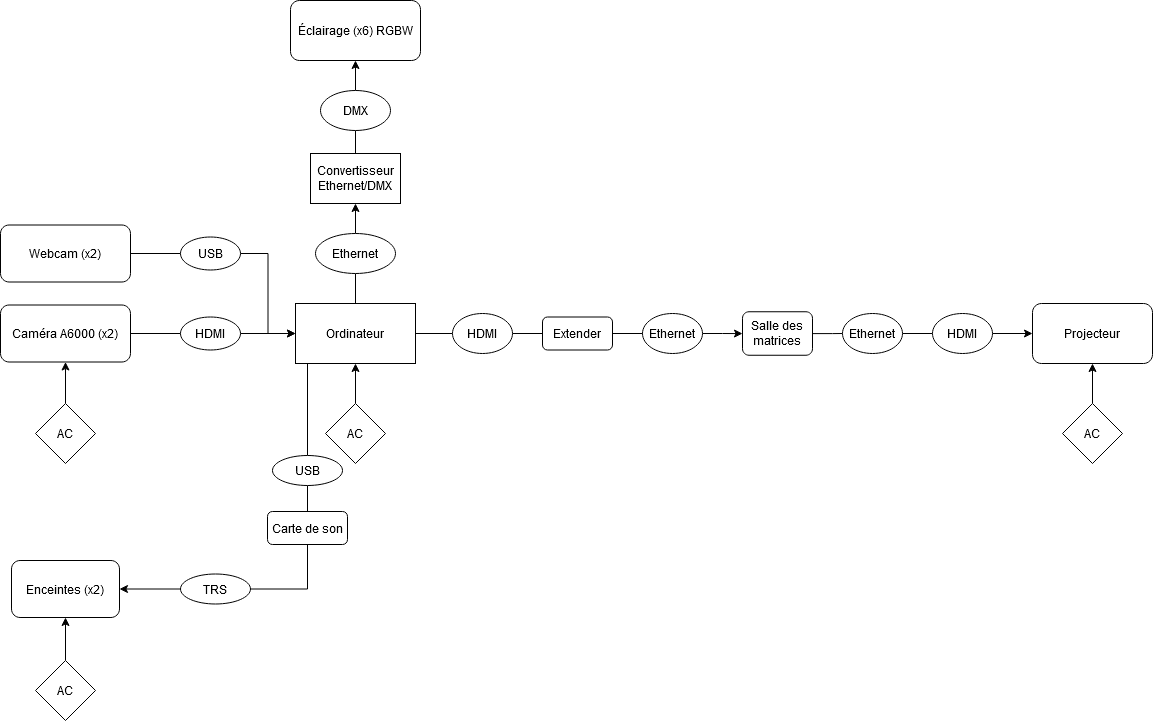
Above: docs/preproduction/medias/schema_branchement.png in Groupe-W/Concerto (draw.io), before the change. Source tidied: cells renumbered, new cells last; positions are measured from the earlier drawing's top-left corner, leaving out a move shared by most shapes.
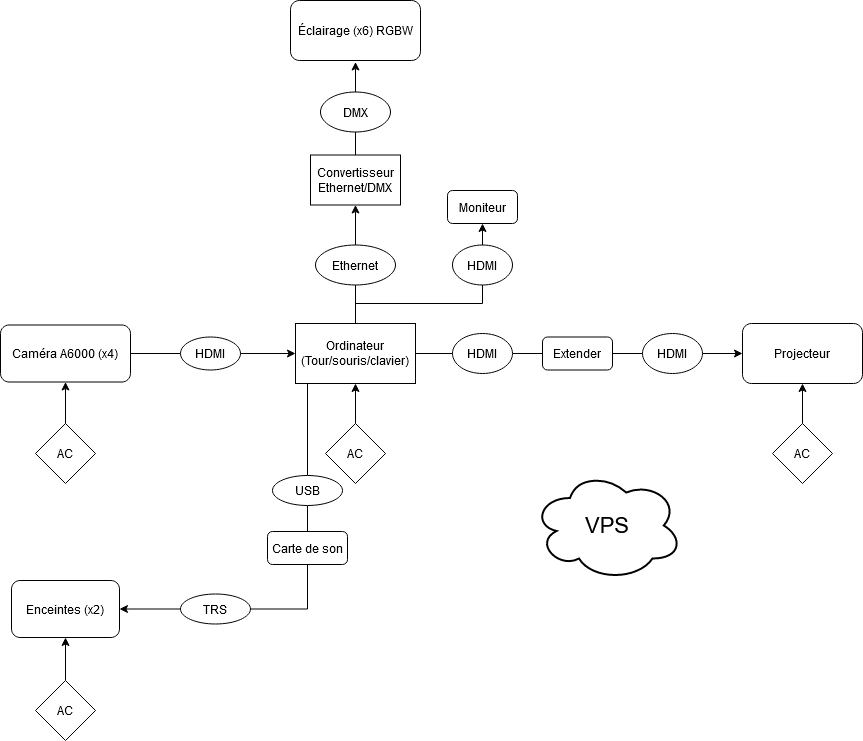
After the commit.

Change to the diagram source:
```diff
@@ -11,7 +11,7 @@
     <mxCell id="4" style="edgeStyle=orthogonalEdgeStyle;rounded=0;jettySize=auto;html=1;entryX=0.5;entryY=0;entryDx=0;entryDy=0;endArrow=none;endFill=0;startArrow=classic;startFill=1;" parent="1" edge="1" source="5" target="24">
       <mxGeometry relative="1" as="geometry" />
     </mxCell>
-    <mxCell id="5" value="Ordinateur" style="rounded=0;whiteSpace=wrap;html=1;" parent="1" vertex="1">
+    <mxCell id="5" value="&lt;div&gt;Ordinateur&lt;/div&gt;&lt;div&gt;(Tour/souris/clavier)&lt;br&gt;&lt;/div&gt;" style="rounded=0;whiteSpace=wrap;html=1;" parent="1" vertex="1">
       <mxGeometry x="295" y="303" width="120" height="60" as="geometry" />
     </mxCell>
     <mxCell id="6" style="edgeStyle=orthogonalEdgeStyle;rounded=0;jettySize=auto;html=1;entryX=0;entryY=0.5;entryDx=0;entryDy=0;startArrow=none;startFill=0;endArrow=none;endFill=0;" parent="1" edge="1" source="7" target="42">
@@ -21,7 +21,7 @@
       <mxGeometry x="452" y="313" width="60" height="40" as="geometry" />
     </mxCell>
     <mxCell id="8" value="Projecteur" style="rounded=1;whiteSpace=wrap;html=1;" parent="1" vertex="1">
-      <mxGeometry x="1032" y="303" width="120" height="60" as="geometry" />
+      <mxGeometry x="742" y="303" width="120" height="60" as="geometry" />
     </mxCell>
     <mxCell id="9" style="edgeStyle=orthogonalEdgeStyle;rounded=0;jettySize=auto;html=1;entryX=0.5;entryY=1;entryDx=0;entryDy=0;endArrow=classic;endFill=1;" parent="1" edge="1" source="10" target="5">
       <mxGeometry relative="1" as="geometry" />
@@ -31,34 +31,36 @@
     </mxCell>
     <mxCell id="11" style="edgeStyle=orthogonalEdgeStyle;rounded=0;jettySize=auto;html=1;entryX=0.5;entryY=1;entryDx=0;entryDy=0;endArrow=classic;endFill=1;" parent="1" edge="1" source="12">
       <mxGeometry relative="1" as="geometry">
-        <mxPoint x="1092" y="363" as="targetPoint" />
+        <mxPoint x="802" y="363" as="targetPoint" />
       </mxGeometry>
     </mxCell>
     <mxCell id="12" value="AC" style="rhombus;whiteSpace=wrap;html=1;" parent="1" vertex="1">
-      <mxGeometry x="1062" y="403" width="60" height="60" as="geometry" />
+      <mxGeometry x="772" y="403" width="60" height="60" as="geometry" />
     </mxCell>
     <mxCell id="13" style="edgeStyle=orthogonalEdgeStyle;rounded=0;jettySize=auto;html=1;exitX=0.5;exitY=0;exitDx=0;exitDy=0;entryX=0.5;entryY=1;entryDx=0;entryDy=0;endArrow=classic;endFill=1;" parent="1" edge="1" source="14" target="17">
       <mxGeometry relative="1" as="geometry" />
     </mxCell>
     <mxCell id="14" value="Ethernet" style="ellipse;whiteSpace=wrap;html=1;" parent="1" vertex="1">
-      <mxGeometry x="315" y="233" width="80" height="40" as="geometry" />
+      <mxGeometry x="315" y="224.5" width="80" height="40" as="geometry" />
     </mxCell>
     <mxCell id="15" value="Éclairage (x6) RGBW" style="rounded=1;whiteSpace=wrap;html=1;" parent="1" vertex="1">
-      <mxGeometry x="290" width="130" height="60" as="geometry" />
+      <mxGeometry x="290" y="-20" width="130" height="60" as="geometry" />
     </mxCell>
     <mxCell id="16" style="edgeStyle=orthogonalEdgeStyle;rounded=0;jettySize=auto;html=1;exitX=0.5;exitY=0;exitDx=0;exitDy=0;entryX=0.5;entryY=1;entryDx=0;entryDy=0;endArrow=none;endFill=0;" parent="1" edge="1" source="17" target="19">
       <mxGeometry relative="1" as="geometry" />
     </mxCell>
     <mxCell id="17" value="&lt;div&gt;Convertisseur&lt;/div&gt;&lt;div&gt;Ethernet/DMX&lt;br&gt;&lt;/div&gt;" style="rounded=0;whiteSpace=wrap;html=1;" parent="1" vertex="1">
-      <mxGeometry x="310" y="153" width="90" height="50" as="geometry" />
+      <mxGeometry x="310" y="134.5" width="90" height="50" as="geometry" />
     </mxCell>
-    <mxCell id="18" style="edgeStyle=orthogonalEdgeStyle;rounded=0;jettySize=auto;html=1;exitX=0.5;exitY=0;exitDx=0;exitDy=0;entryX=0.5;entryY=1;entryDx=0;entryDy=0;endArrow=classic;endFill=1;" parent="1" edge="1" source="19" target="15">
-      <mxGeometry relative="1" as="geometry" />
+    <mxCell id="18" style="edgeStyle=orthogonalEdgeStyle;rounded=0;jettySize=auto;html=1;exitX=0.5;exitY=0;exitDx=0;exitDy=0;entryX=0.5;entryY=1;entryDx=0;entryDy=0;endArrow=classic;endFill=1;" parent="1" edge="1" source="19">
+      <mxGeometry relative="1" as="geometry">
+        <mxPoint x="355" y="41.5" as="targetPoint" />
+      </mxGeometry>
     </mxCell>
     <mxCell id="19" value="DMX" style="ellipse;whiteSpace=wrap;html=1;" parent="1" vertex="1">
-      <mxGeometry x="320" y="90" width="70" height="40" as="geometry" />
+      <mxGeometry x="320" y="71.5" width="70" height="40" as="geometry" />
     </mxCell>
-    <mxCell id="20" value="Caméra A6000 (x2)" style="rounded=1;whiteSpace=wrap;html=1;" parent="1" vertex="1">
+    <mxCell id="20" value="Caméra A6000 (x4)" style="rounded=1;whiteSpace=wrap;html=1;" parent="1" vertex="1">
       <mxGeometry y="304.5" width="130" height="57" as="geometry" />
     </mxCell>
     <mxCell id="21" style="edgeStyle=orthogonalEdgeStyle;rounded=0;jettySize=auto;html=1;exitX=0.5;exitY=0;exitDx=0;exitDy=0;entryX=0.5;entryY=1;entryDx=0;entryDy=0;endArrow=classic;endFill=1;" parent="1" edge="1" source="22" target="20">
@@ -73,12 +75,6 @@
     <mxCell id="24" value="HDMI" style="ellipse;whiteSpace=wrap;html=1;direction=south;" parent="1" vertex="1">
       <mxGeometry x="180" y="316.5" width="60" height="33" as="geometry" />
     </mxCell>
-    <mxCell id="25" style="edgeStyle=orthogonalEdgeStyle;rounded=0;jettySize=auto;html=1;endArrow=none;endFill=0;" parent="1" edge="1" source="26" target="32">
-      <mxGeometry relative="1" as="geometry" />
-    </mxCell>
-    <mxCell id="26" value="Webcam (x2)" style="rounded=1;whiteSpace=wrap;html=1;" parent="1" vertex="1">
-      <mxGeometry y="224.5" width="130" height="57" as="geometry" />
-    </mxCell>
     <mxCell id="27" style="edgeStyle=orthogonalEdgeStyle;rounded=0;jettySize=auto;html=1;entryX=0;entryY=1;entryDx=0;entryDy=0;startArrow=none;startFill=0;endArrow=none;endFill=0;" parent="1" edge="1" source="36" target="5">
       <mxGeometry relative="1" as="geometry">
         <Array as="points">
@@ -95,12 +91,6 @@
     <mxCell id="30" value="AC" style="rhombus;whiteSpace=wrap;html=1;" parent="1" vertex="1">
       <mxGeometry x="35" y="660" width="60" height="60" as="geometry" />
     </mxCell>
-    <mxCell id="31" style="edgeStyle=orthogonalEdgeStyle;rounded=0;jettySize=auto;html=1;entryX=0;entryY=0.5;entryDx=0;entryDy=0;" parent="1" edge="1" source="32" target="5">
-      <mxGeometry relative="1" as="geometry" />
-    </mxCell>
-    <mxCell id="32" value="USB" style="ellipse;whiteSpace=wrap;html=1;direction=south;" parent="1" vertex="1">
-      <mxGeometry x="180" y="236.5" width="60" height="33" as="geometry" />
-    </mxCell>
     <mxCell id="33" style="edgeStyle=orthogonalEdgeStyle;rounded=0;jettySize=auto;html=1;entryX=1;entryY=0.5;entryDx=0;entryDy=0;endArrow=classic;endFill=1;startArrow=none;startFill=0;" parent="1" edge="1" source="38" target="28">
       <mxGeometry relative="1" as="geometry" />
     </mxCell>
@@ -127,35 +117,41 @@
     <mxCell id="38" value="TRS" style="ellipse;whiteSpace=wrap;html=1;" parent="1" vertex="1">
       <mxGeometry x="180" y="573.5" width="70" height="30" as="geometry" />
     </mxCell>
-    <mxCell id="39" style="edgeStyle=orthogonalEdgeStyle;rounded=0;jettySize=auto;html=1;startArrow=none;startFill=0;endArrow=classic;endFill=1;" parent="1" edge="1" source="40" target="44">
-      <mxGeometry relative="1" as="geometry" />
-    </mxCell>
-    <mxCell id="40" value="Ethernet" style="ellipse;whiteSpace=wrap;html=1;" parent="1" vertex="1">
-      <mxGeometry x="642" y="313" width="60" height="40" as="geometry" />
-    </mxCell>
-    <mxCell id="41" style="edgeStyle=orthogonalEdgeStyle;rounded=0;jettySize=auto;html=1;startArrow=none;startFill=0;endArrow=none;endFill=0;" parent="1" edge="1" source="42" target="40">
-      <mxGeometry relative="1" as="geometry" />
+    <mxCell id="41" style="edgeStyle=orthogonalEdgeStyle;rounded=0;jettySize=auto;html=1;startArrow=none;startFill=0;endArrow=none;endFill=0;" parent="1" edge="1" source="42">
+      <mxGeometry relative="1" as="geometry">
+        <mxPoint x="642" y="333" as="targetPoint" />
+      </mxGeometry>
     </mxCell>
     <mxCell id="42" value="Extender" style="rounded=1;whiteSpace=wrap;html=1;" parent="1" vertex="1">
       <mxGeometry x="542" y="316.5" width="70" height="33" as="geometry" />
     </mxCell>
-    <mxCell id="43" style="edgeStyle=orthogonalEdgeStyle;rounded=0;jettySize=auto;html=1;startArrow=none;startFill=0;endArrow=none;endFill=0;" parent="1" edge="1" source="44" target="46">
-      <mxGeometry relative="1" as="geometry" />
-    </mxCell>
-    <mxCell id="44" value="Salle des matrices" style="rounded=1;whiteSpace=wrap;html=1;" parent="1" vertex="1">
-      <mxGeometry x="742" y="311.2" width="70" height="43.5" as="geometry" />
-    </mxCell>
-    <mxCell id="45" style="edgeStyle=orthogonalEdgeStyle;rounded=0;jettySize=auto;html=1;startArrow=none;startFill=0;endArrow=none;endFill=0;" parent="1" edge="1" source="46" target="48">
-      <mxGeometry relative="1" as="geometry" />
-    </mxCell>
-    <mxCell id="46" value="Ethernet" style="ellipse;whiteSpace=wrap;html=1;" parent="1" vertex="1">
-      <mxGeometry x="842" y="313" width="60" height="40" as="geometry" />
-    </mxCell>
     <mxCell id="47" style="edgeStyle=orthogonalEdgeStyle;rounded=0;jettySize=auto;html=1;entryX=0;entryY=0.5;entryDx=0;entryDy=0;startArrow=none;startFill=0;endArrow=classic;endFill=1;" parent="1" edge="1" source="48" target="8">
       <mxGeometry relative="1" as="geometry" />
     </mxCell>
     <mxCell id="48" value="HDMI" style="ellipse;whiteSpace=wrap;html=1;" parent="1" vertex="1">
-      <mxGeometry x="932" y="313" width="60" height="40" as="geometry" />
+      <mxGeometry x="642" y="313" width="60" height="40" as="geometry" />
     </mxCell>
+    <mxCell id="49" value="Moniteur" style="rounded=1;whiteSpace=wrap;html=1;" parent="1" vertex="1">
+      <mxGeometry x="447" y="170" width="70" height="33" as="geometry" />
+    </mxCell>
+    <mxCell id="50" style="edgeStyle=orthogonalEdgeStyle;rounded=0;jettySize=auto;html=1;" parent="1" edge="1" source="52">
+      <mxGeometry relative="1" as="geometry">
+        <mxPoint x="482" y="203" as="targetPoint" />
+      </mxGeometry>
+    </mxCell>
+    <mxCell id="51" style="edgeStyle=orthogonalEdgeStyle;rounded=0;jettySize=auto;html=1;exitX=0.5;exitY=1;exitDx=0;exitDy=0;endArrow=none;endFill=0;" parent="1" edge="1" source="52" target="5">
+      <mxGeometry relative="1" as="geometry">
+        <Array as="points">
+          <mxPoint x="482" y="283" />
+          <mxPoint x="355" y="283" />
+        </Array>
+      </mxGeometry>
+    </mxCell>
+    <mxCell id="52" value="HDMI" style="ellipse;whiteSpace=wrap;html=1;" parent="1" vertex="1">
+      <mxGeometry x="452" y="224.5" width="60" height="40" as="geometry" />
+    </mxCell>
+    <mxCell id="53" value="&lt;font style=&quot;font-size: 22px&quot;&gt;VPS&lt;/font&gt;" style="ellipse;shape=cloud;whiteSpace=wrap;html=1;strokeWidth=2;" parent="1" vertex="1">
+      <mxGeometry x="532" y="450" width="150" height="110" as="geometry" />
+    </mxCell>
   </root>
 </mxGraphModel>
```
